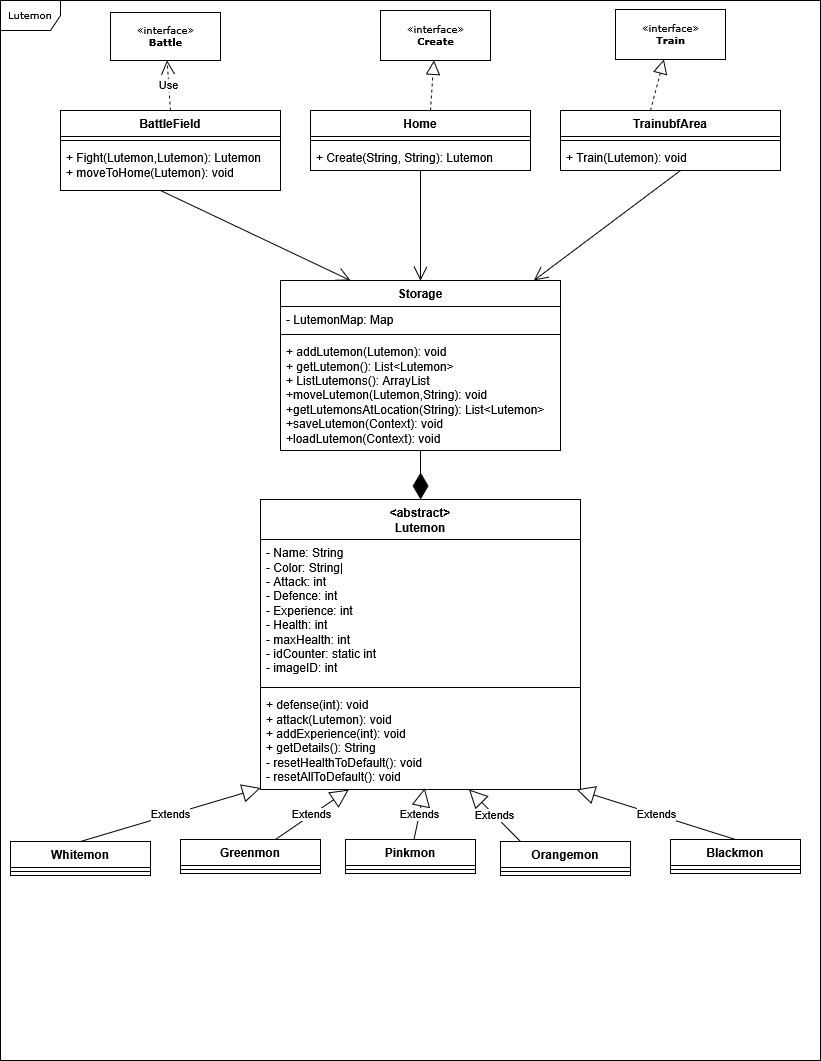
Before: Lutemon_classes.png, a diagram exported from draw.io (Colette-Jin/Lutemons). Source tidied: cells renumbered, new cells last; positions are measured from the earlier drawing's top-left corner, leaving out a move shared by most shapes.
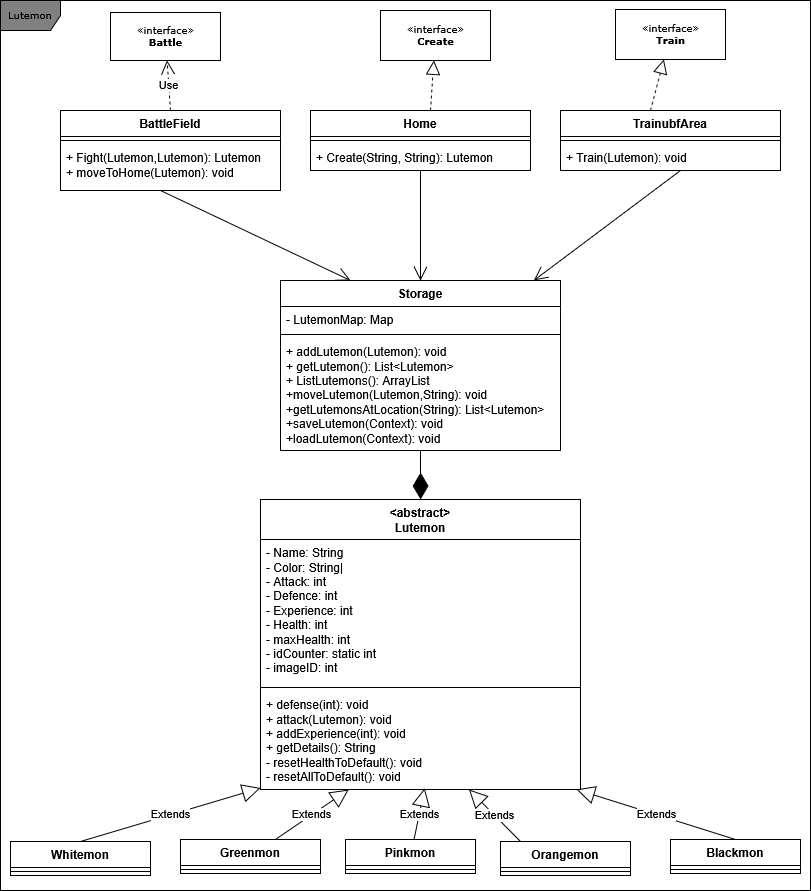
After the change.

Change to the diagram source:
```diff
@@ -1,9 +1,9 @@
-<mxGraphModel>
+<mxGraphModel background="#FFFFFF">
   <root>
     <mxCell id="0" />
     <mxCell id="1" parent="0" />
-    <mxCell id="2" value="Lutemon" style="shape=umlFrame;whiteSpace=wrap;html=1;rounded=0;shadow=0;comic=0;labelBackgroundColor=none;strokeWidth=1;fontFamily=Verdana;fontSize=10;align=center;" parent="1" vertex="1">
-      <mxGeometry width="820" height="1060" as="geometry" />
+    <mxCell id="2" value="Lutemon" style="shape=umlFrame;whiteSpace=wrap;html=1;rounded=0;shadow=0;comic=0;labelBackgroundColor=none;strokeWidth=1;fontFamily=Verdana;fontSize=10;align=center;fillColor=#808080;" parent="1" vertex="1">
+      <mxGeometry width="810" height="890" as="geometry" />
     </mxCell>
     <mxCell id="3" value="«interface»&lt;br&gt;&lt;b&gt;Battle&lt;/b&gt;" style="html=1;rounded=0;shadow=0;comic=0;labelBackgroundColor=none;strokeWidth=1;fontFamily=Verdana;fontSize=10;align=center;" parent="1" vertex="1">
       <mxGeometry x="110" y="12" width="110" height="48" as="geometry" />
```
